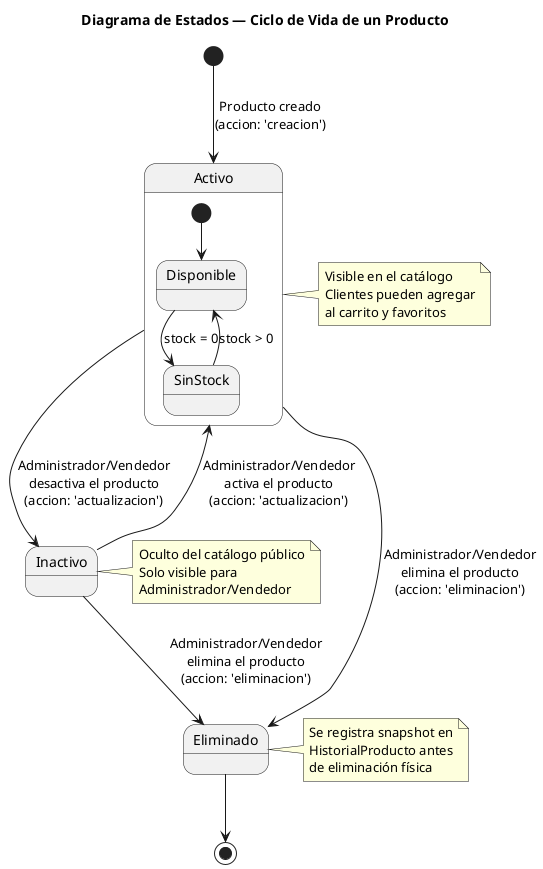
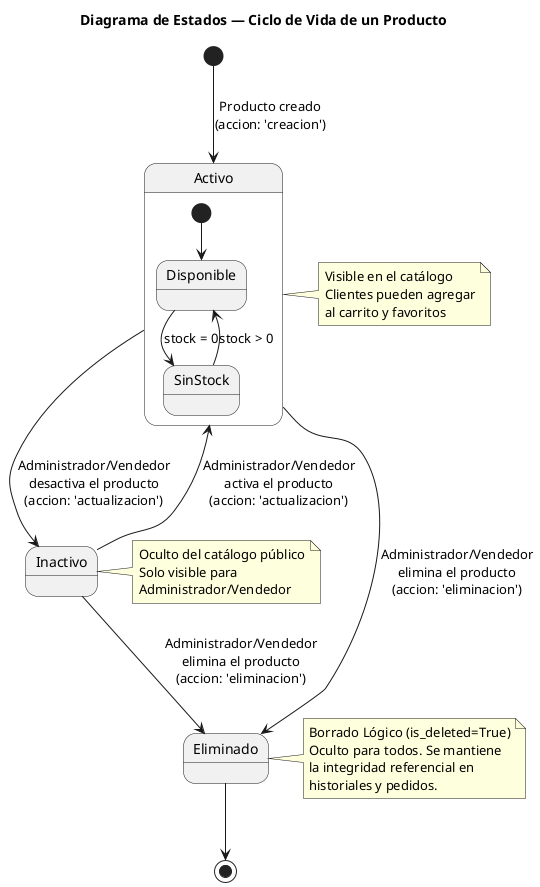
@startuml diagrama_estados_producto
title Diagrama de Estados — Ciclo de Vida de un Producto

[*] --> Activo : Producto creado\n(accion: 'creacion')

Activo --> Inactivo : Administrador/Vendedor\ndesactiva el producto\n(accion: 'actualizacion')

Inactivo --> Activo : Administrador/Vendedor\nactiva el producto\n(accion: 'actualizacion')

Activo --> Eliminado : Administrador/Vendedor\nelimina el producto\n(accion: 'eliminacion')

Inactivo --> Eliminado : Administrador/Vendedor\nelimina el producto\n(accion: 'eliminacion')

Eliminado --> [*]

state Activo {
    [*] --> Disponible
    Disponible --> SinStock : stock = 0
    SinStock --> Disponible : stock > 0
}

note right of Activo
    Visible en el catálogo
    Clientes pueden agregar
    al carrito y favoritos
end note

note right of Inactivo
    Oculto del catálogo público
    Solo visible para
    Administrador/Vendedor
end note

note right of Eliminado
-     Se registra snapshot en
-     HistorialProducto antes
-     de eliminación física
+     Borrado Lógico (is_deleted=True)
+     Oculto para todos. Se mantiene
+     la integridad referencial en
+     historiales y pedidos.
end note

@enduml
